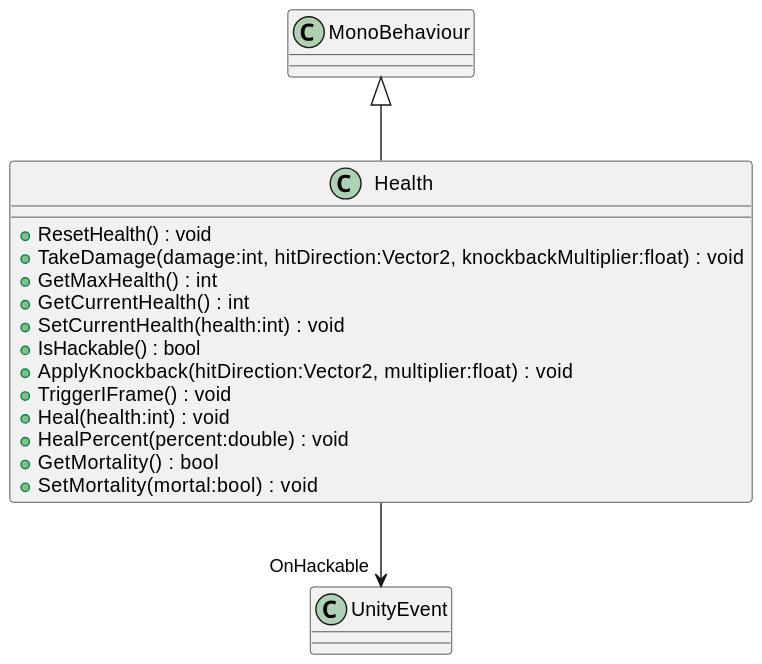
Above: UML/Combat/Health.svg in KawinM23/TakeControl (PlantUML), before the change.
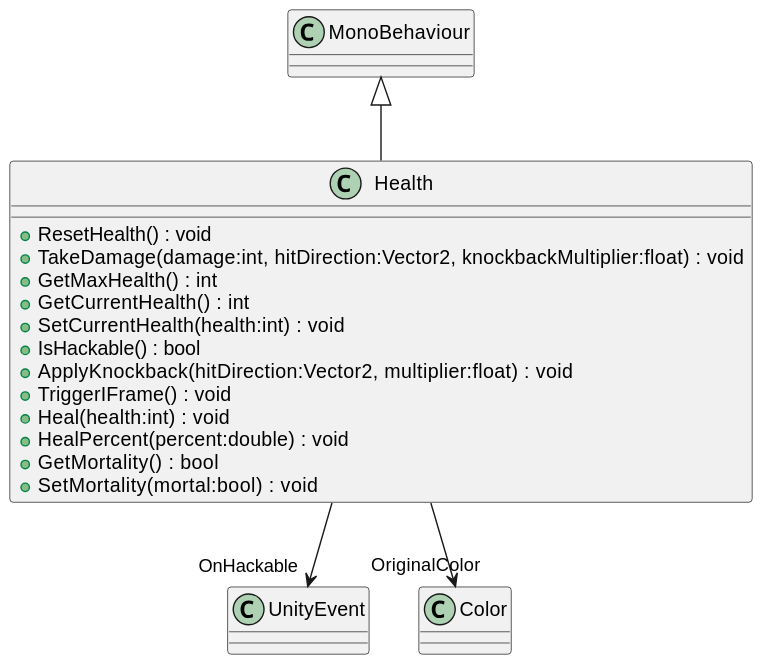
Above is the later version.

The edit, as a diff of the source:
```diff
@@ -15,4 +15,5 @@
 }
 MonoBehaviour <|-- Health
 Health --> "OnHackable" UnityEvent
+Health --> "OriginalColor" Color
 @enduml
```
